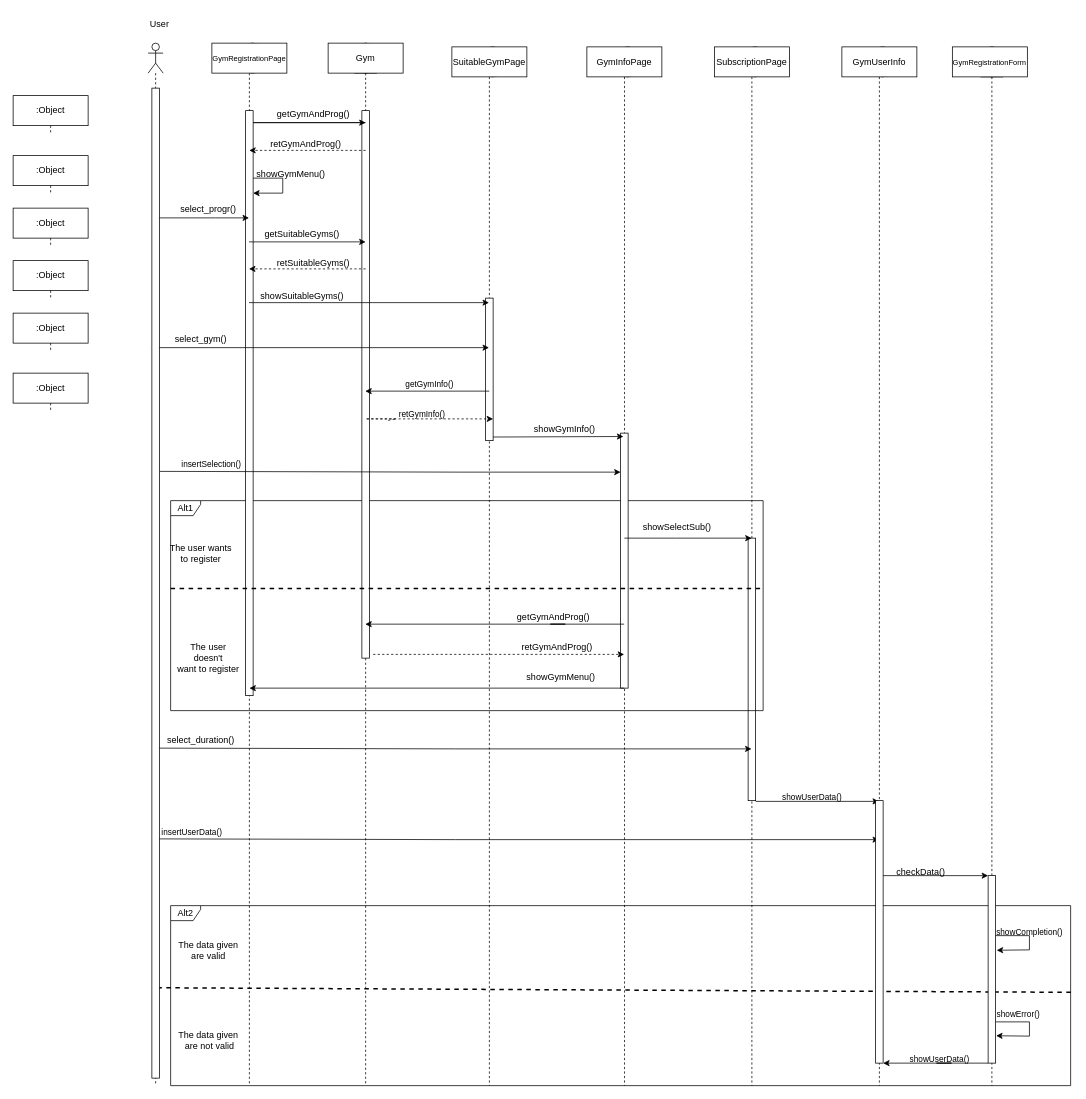
This is ΠΕΜΠΤΟ ΠΑΡΑΔΟΤΕΟ/ΔΙΟΡΘΩΣΕΙΣ ΠΡΟΗΓΟΥΜΕΝΩΝ ΠΑΡΑΔΟΤΕΩΝ/Sequence-diagrams-v0.2/sd_εγγραφή_σε _γυμναστήριο.drawio from Dionkaps/Eu-Zin, a draw.io file, before an edit. Source tidied: cells renumbered, new cells numbered last; positions are measured from the earlier drawing's top-left corner, leaving out a move shared by most shapes. Both pictures are drawn from the tidied source at 75%, with x=0, y=0 at pixel (13, 13).
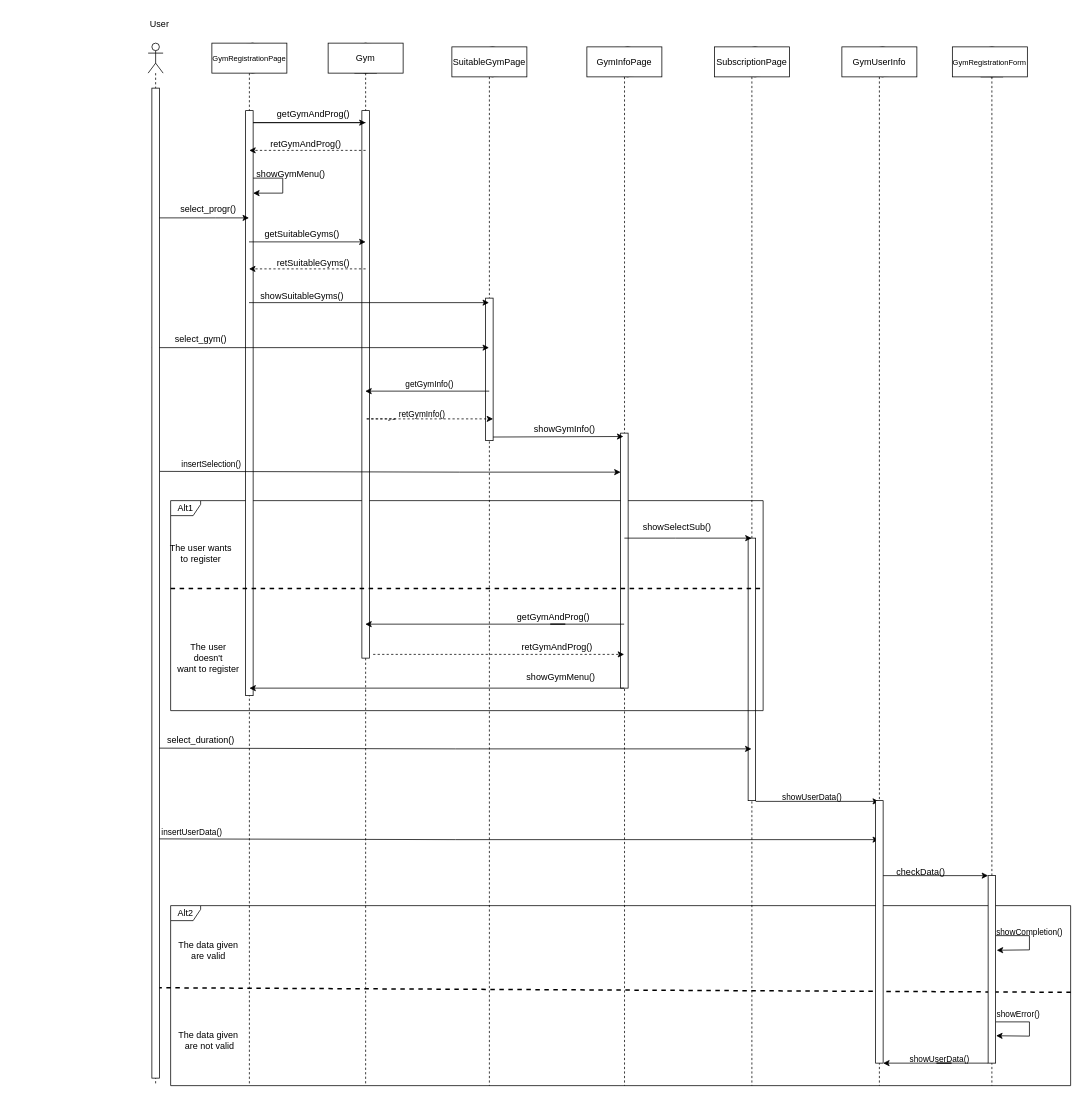
After the change.

The edit, as a diff of the source:
```diff
@@
-    <mxCell id="15" value=":Object" style="shape=umlLifeline;perimeter=lifelinePerimeter;whiteSpace=wrap;html=1;" parent="1" vertex="1">
-      <mxGeometry y="330" width="100" height="50" as="geometry" />
-    </mxCell>
-    <mxCell id="16" value=":Object" style="shape=umlLifeline;perimeter=lifelinePerimeter;whiteSpace=wrap;html=1;" parent="1" vertex="1">
-      <mxGeometry y="400" width="100" height="50" as="geometry" />
-    </mxCell>
-    <mxCell id="17" value=":Object" style="shape=umlLifeline;perimeter=lifelinePerimeter;whiteSpace=wrap;html=1;" parent="1" vertex="1">
-      <mxGeometry y="480" width="100" height="50" as="geometry" />
-    </mxCell>
-    <mxCell id="18" value=":Object" style="shape=umlLifeline;perimeter=lifelinePerimeter;whiteSpace=wrap;html=1;" parent="1" vertex="1">
-      <mxGeometry y="110" width="100" height="50" as="geometry" />
-    </mxCell>
-    <mxCell id="19" value=":Object" style="shape=umlLifeline;perimeter=lifelinePerimeter;whiteSpace=wrap;html=1;" parent="1" vertex="1">
-      <mxGeometry y="190" width="100" height="50" as="geometry" />
-    </mxCell>
-    <mxCell id="20" value=":Object" style="shape=umlLifeline;perimeter=lifelinePerimeter;whiteSpace=wrap;html=1;" parent="1" vertex="1">
-      <mxGeometry y="260" width="100" height="50" as="geometry" />
-    </mxCell>
```
